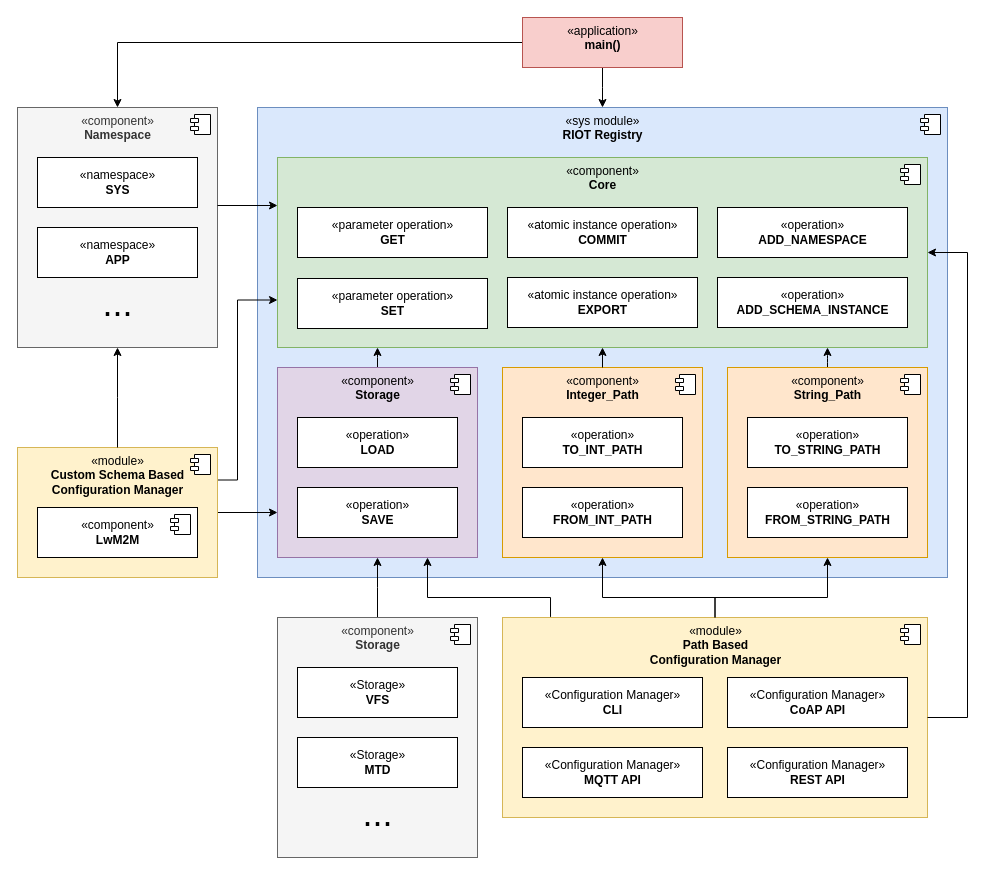
Earlier version of the draw.io diagram docs/design/registry.drawio (LasseRosenow/RIOT). Source tidied: cells renumbered, new cells numbered last; positions are measured from the earlier drawing's top-left corner, leaving out a move shared by most shapes. Both pictures are drawn from the tidied source at 100%, with x=0, y=0 at pixel (17, 17).
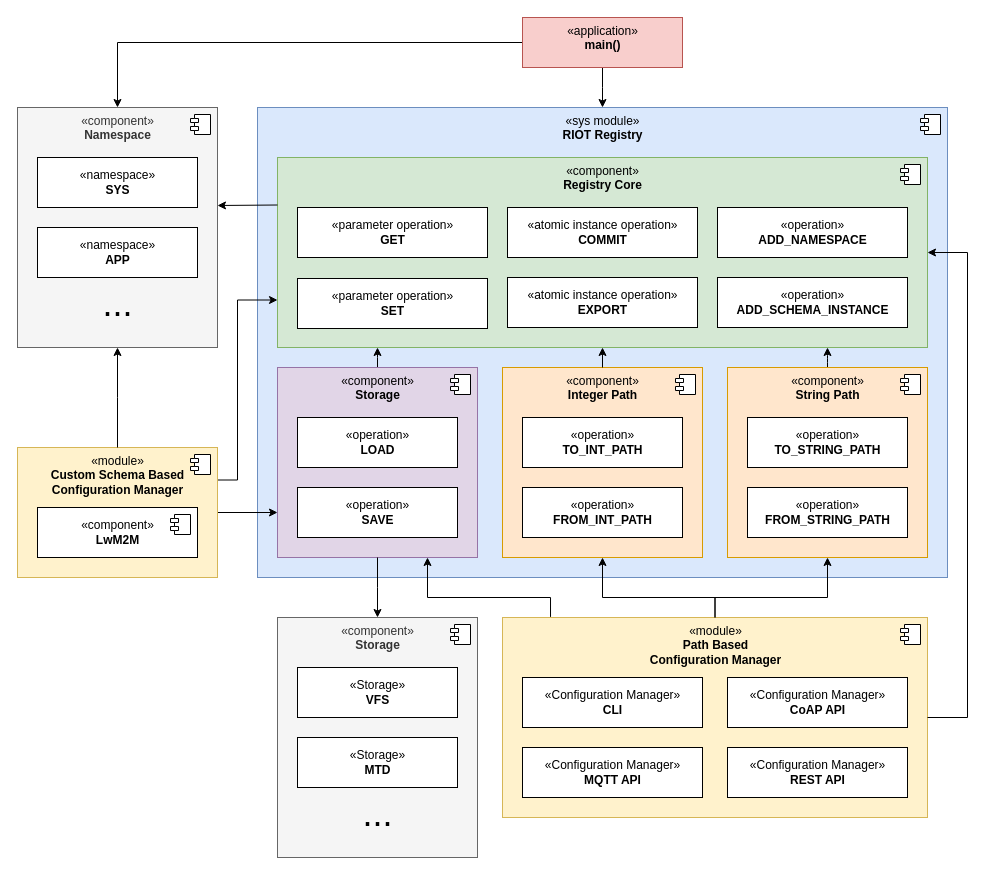
Above is the later version.

Unchanged cells that the change refers to:
```xml
<mxCell id="5" value="«component»&lt;br&gt;&lt;b&gt;Storage&lt;/b&gt;" style="html=1;verticalAlign=top;fillColor=#e1d5e7;strokeColor=#9673a6;" parent="1" vertex="1">
  <mxGeometry x="260" y="350" width="200" height="190" as="geometry" />
</mxCell>
<mxCell id="16" value="«component»&lt;br&gt;&lt;b&gt;Namespace&lt;/b&gt;" style="html=1;verticalAlign=top;fillColor=#f5f5f5;strokeColor=#666666;fontColor=#333333;" parent="1" vertex="1">
  <mxGeometry y="90" width="200" height="240" as="geometry" />
</mxCell>
<mxCell id="39" value="«component»&lt;br&gt;&lt;b&gt;Storage&lt;/b&gt;" style="html=1;verticalAlign=top;fillColor=#f5f5f5;strokeColor=#666666;fontColor=#333333;" parent="1" vertex="1">
  <mxGeometry x="260" y="600" width="200" height="240" as="geometry" />
</mxCell>
```

What changed in the source:
```diff
@@
-    <mxCell id="9" value="«component»&lt;br&gt;&lt;b&gt;Core&lt;/b&gt;" style="html=1;verticalAlign=top;fillColor=#d5e8d4;strokeColor=#82b366;" parent="1" vertex="1">
+    <mxCell id="9" value="«component»&lt;br&gt;&lt;b&gt;Registry Core&lt;/b&gt;" style="html=1;verticalAlign=top;fillColor=#d5e8d4;strokeColor=#82b366;" parent="1" vertex="1">
       <mxGeometry x="260" y="140" width="650" height="190" as="geometry" />
     </mxCell>
@@
-    <mxCell id="12" value="«component»&lt;br&gt;&lt;b&gt;String_Path&lt;/b&gt;" style="html=1;verticalAlign=top;fillColor=#ffe6cc;strokeColor=#d79b00;" parent="1" vertex="1">
+    <mxCell id="12" value="«component»&lt;br&gt;&lt;b&gt;String Path&lt;/b&gt;" style="html=1;verticalAlign=top;fillColor=#ffe6cc;strokeColor=#d79b00;" parent="1" vertex="1">
       <mxGeometry x="710" y="350" width="200" height="190" as="geometry" />
     </mxCell>
@@
-    <mxCell id="38" style="edgeStyle=elbowEdgeStyle;rounded=0;html=1;fontSize=14;" parent="1" edge="1" source="39" target="5">
+    <mxCell id="38" style="edgeStyle=elbowEdgeStyle;rounded=0;html=1;fontSize=14;" parent="1" edge="1" source="5" target="39">
       <mxGeometry relative="1" as="geometry" />
     </mxCell>
@@
-    <mxCell id="50" value="«component»&lt;br&gt;&lt;b&gt;Integer_Path&lt;/b&gt;" style="html=1;verticalAlign=top;fillColor=#ffe6cc;strokeColor=#d79b00;" parent="1" vertex="1">
+    <mxCell id="50" value="«component»&lt;br&gt;&lt;b&gt;Integer Path&lt;/b&gt;" style="html=1;verticalAlign=top;fillColor=#ffe6cc;strokeColor=#d79b00;" parent="1" vertex="1">
       <mxGeometry x="485" y="350" width="200" height="190" as="geometry" />
     </mxCell>
@@
-    <mxCell id="56" style="edgeStyle=elbowEdgeStyle;rounded=0;html=1;fontSize=36;entryX=0;entryY=0.25;entryDx=0;entryDy=0;elbow=vertical;" parent="1" edge="1" source="16" target="9">
+    <mxCell id="56" style="edgeStyle=elbowEdgeStyle;rounded=0;html=1;fontSize=36;elbow=vertical;exitX=0;exitY=0.25;exitDx=0;exitDy=0;" parent="1" edge="1" source="9" target="16">
       <mxGeometry relative="1" as="geometry" />
     </mxCell>
```
